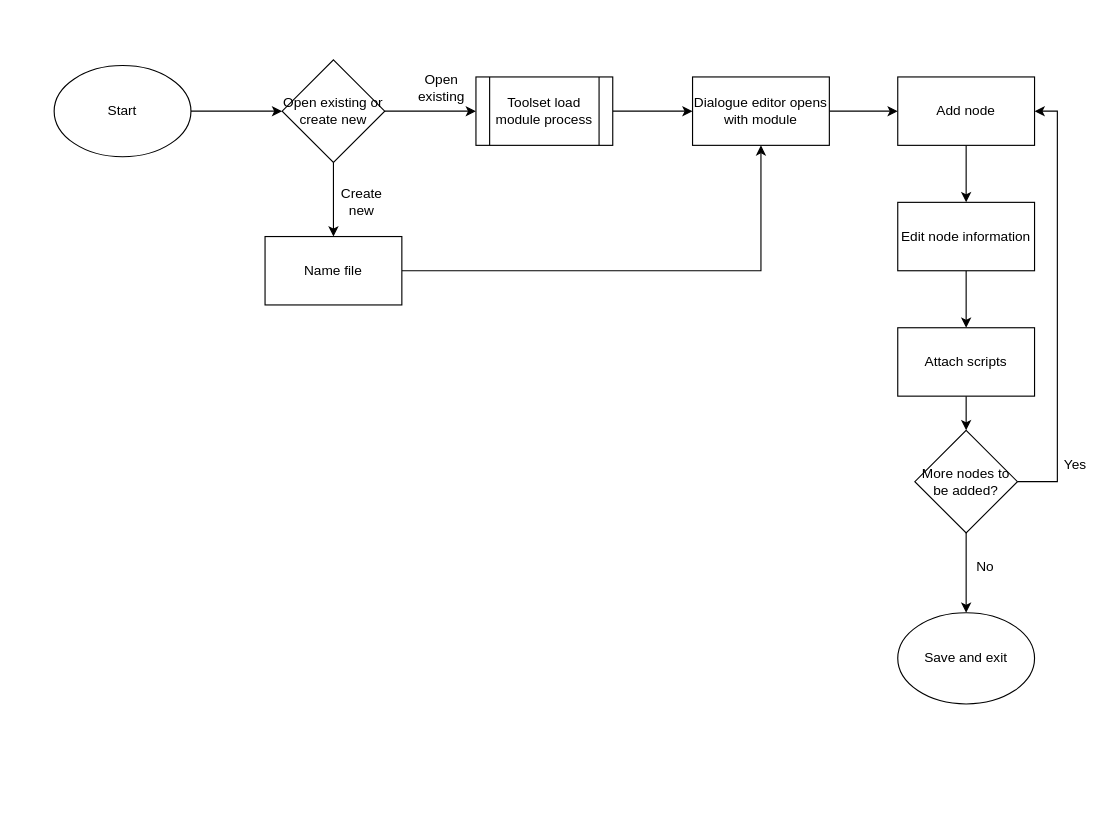
This is Phase2/Flowcharts/modgodToolset/Dialog/project_ilmatar_phase2_flowchart_dialogue_20210822.drawio from RPG-Research/bcirpg, a draw.io file, before an edit. Source tidied: cells renumbered, new cells numbered last; positions are measured from the earlier drawing's top-left corner, leaving out a move shared by most shapes. Both pictures are drawn from the tidied source at 114%, with x=0, y=0 at pixel (54, 59).
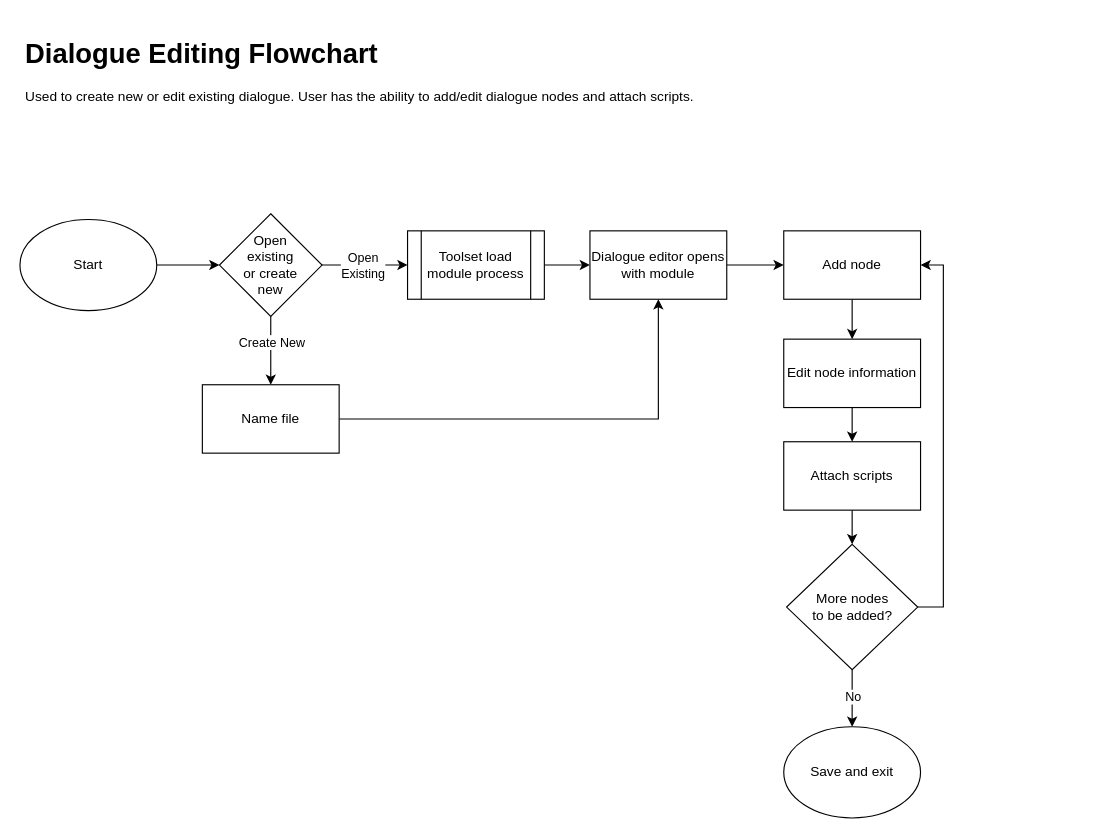
After the change.

The change refers to these unchanged cells:
```xml
<mxCell id="4" style="edgeStyle=orthogonalEdgeStyle;rounded=0;jettySize=auto;html=1;" parent="1" edge="1" source="6" target="8">
  <mxGeometry relative="1" as="geometry" />
</mxCell>
<mxCell id="5" style="edgeStyle=orthogonalEdgeStyle;rounded=0;jettySize=auto;html=1;" parent="1" edge="1" source="6" target="12">
  <mxGeometry relative="1" as="geometry" />
</mxCell>
```

Diff of the diagram source:
```diff
@@
     <mxCell id="3" value="Start" style="ellipse;whiteSpace=wrap;html=1;" parent="1" vertex="1">
-      <mxGeometry y="5" width="120" height="80" as="geometry" />
+      <mxGeometry x="-30" y="140" width="120" height="80" as="geometry" />
     </mxCell>
@@
+    <mxCell id="27" value="Create New" style="edgeLabel;html=1;align=center;verticalAlign=middle;" parent="4" vertex="1">
+      <mxGeometry x="0.27" relative="1" as="geometry">
+        <mxPoint y="-16" as="offset" />
+      </mxGeometry>
+    </mxCell>
@@
+    <mxCell id="28" value="Open&lt;br&gt;Existing" style="edgeLabel;html=1;align=center;verticalAlign=middle;" parent="5" vertex="1">
+      <mxGeometry x="-0.23" relative="1" as="geometry">
+        <mxPoint x="6" as="offset" />
+      </mxGeometry>
+    </mxCell>
-    <mxCell id="6" value="Open existing or create new" style="rhombus;whiteSpace=wrap;html=1;" parent="1" vertex="1">
-      <mxGeometry x="200" width="90" height="90" as="geometry" />
+    <mxCell id="6" value="Open&lt;br&gt;existing&lt;br&gt;or create&lt;br&gt;new" style="rhombus;whiteSpace=wrap;html=1;" parent="1" vertex="1">
+      <mxGeometry x="145" y="135" width="90" height="90" as="geometry" />
     </mxCell>
@@
     <mxCell id="8" value="Name file" style="rounded=0;whiteSpace=wrap;html=1;" parent="1" vertex="1">
-      <mxGeometry x="185" y="155" width="120" height="60" as="geometry" />
+      <mxGeometry x="130" y="285" width="120" height="60" as="geometry" />
     </mxCell>
-    <mxCell id="9" value="Open existing" style="text;html=1;strokeColor=none;fillColor=none;align=center;verticalAlign=middle;whiteSpace=wrap;rounded=0;" parent="1" vertex="1">
-      <mxGeometry x="320" y="15" width="40" height="20" as="geometry" />
-    </mxCell>
-    <mxCell id="10" value="Create new" style="text;html=1;strokeColor=none;fillColor=none;align=center;verticalAlign=middle;whiteSpace=wrap;rounded=0;" parent="1" vertex="1">
-      <mxGeometry x="250" y="115" width="40" height="20" as="geometry" />
-    </mxCell>
@@
     <mxCell id="12" value="Toolset load module process" style="shape=process;whiteSpace=wrap;html=1;backgroundOutline=1;" parent="1" vertex="1">
-      <mxGeometry x="370" y="15" width="120" height="60" as="geometry" />
+      <mxGeometry x="310" y="150" width="120" height="60" as="geometry" />
     </mxCell>
@@
     <mxCell id="14" value="Dialogue editor opens with module" style="rounded=0;whiteSpace=wrap;html=1;" parent="1" vertex="1">
-      <mxGeometry x="560" y="15" width="120" height="60" as="geometry" />
+      <mxGeometry x="470" y="150" width="120" height="60" as="geometry" />
     </mxCell>
@@
     <mxCell id="16" value="Add node" style="rounded=0;whiteSpace=wrap;html=1;" parent="1" vertex="1">
-      <mxGeometry x="740" y="15" width="120" height="60" as="geometry" />
+      <mxGeometry x="640" y="150" width="120" height="60" as="geometry" />
     </mxCell>
@@
     <mxCell id="18" value="Edit node information" style="rounded=0;whiteSpace=wrap;html=1;" parent="1" vertex="1">
-      <mxGeometry x="740" y="125" width="120" height="60" as="geometry" />
+      <mxGeometry x="640" y="245" width="120" height="60" as="geometry" />
     </mxCell>
@@
     <mxCell id="20" value="Attach scripts" style="rounded=0;whiteSpace=wrap;html=1;" parent="1" vertex="1">
-      <mxGeometry x="740" y="235" width="120" height="60" as="geometry" />
+      <mxGeometry x="640" y="335" width="120" height="60" as="geometry" />
     </mxCell>
+    <mxCell id="22" style="edgeStyle=orthogonalEdgeStyle;rounded=0;jettySize=auto;html=1;" parent="1" edge="1" source="23" target="26">
+      <mxGeometry relative="1" as="geometry" />
+    </mxCell>
+    <mxCell id="25" value="No" style="edgeLabel;html=1;align=center;verticalAlign=middle;" parent="22" vertex="1">
+      <mxGeometry x="0.25" relative="1" as="geometry">
+        <mxPoint y="-8" as="offset" />
+      </mxGeometry>
+    </mxCell>
-    <mxCell id="21" style="edgeStyle=orthogonalEdgeStyle;rounded=0;jettySize=auto;html=1;entryX=1;entryY=0.5;entryDx=0;entryDy=0;" parent="1" edge="1" source="23" target="16">
+    <mxCell id="21" style="edgeStyle=orthogonalEdgeStyle;rounded=0;jettySize=auto;html=1;entryX=1;entryY=0.5;entryDx=0;entryDy=0;exitX=1;exitY=0.5;exitDx=0;exitDy=0;" parent="1" edge="1" source="23" target="16">
       <mxGeometry relative="1" as="geometry">
         <Array as="points">
-          <mxPoint x="880" y="370" />
-          <mxPoint x="880" y="45" />
+          <mxPoint x="780" y="480" />
+          <mxPoint x="780" y="180" />
         </Array>
       </mxGeometry>
     </mxCell>
-    <mxCell id="22" style="edgeStyle=orthogonalEdgeStyle;rounded=0;jettySize=auto;html=1;" parent="1" edge="1" source="23" target="26">
-      <mxGeometry relative="1" as="geometry" />
-    </mxCell>
-    <mxCell id="23" value="More nodes to be added?" style="rhombus;whiteSpace=wrap;html=1;" parent="1" vertex="1">
-      <mxGeometry x="755" y="325" width="90" height="90" as="geometry" />
+    <mxCell id="23" value="More nodes &lt;br&gt;to be added?" style="rhombus;whiteSpace=wrap;html=1;" parent="1" vertex="1">
+      <mxGeometry x="642.5" y="425" width="115" height="110" as="geometry" />
     </mxCell>
-    <mxCell id="24" value="Yes" style="text;html=1;strokeColor=none;fillColor=none;align=center;verticalAlign=middle;whiteSpace=wrap;rounded=0;" parent="1" vertex="1">
-      <mxGeometry x="876" y="345" width="40" height="20" as="geometry" />
-    </mxCell>
-    <mxCell id="25" value="No" style="text;html=1;strokeColor=none;fillColor=none;align=center;verticalAlign=middle;whiteSpace=wrap;rounded=0;" parent="1" vertex="1">
-      <mxGeometry x="797" y="435" width="40" height="20" as="geometry" />
-    </mxCell>
     <mxCell id="26" value="Save and exit" style="ellipse;whiteSpace=wrap;html=1;" parent="1" vertex="1">
-      <mxGeometry x="740" y="485" width="120" height="80" as="geometry" />
+      <mxGeometry x="640" y="585" width="120" height="80" as="geometry" />
     </mxCell>
+    <mxCell id="29" value="&lt;h1&gt;Dialogue Editing Flowchart&lt;/h1&gt;&lt;p&gt;Used to create new or edit existing dialogue. User has the ability to add/edit dialogue nodes and attach scripts.&lt;/p&gt;" style="text;html=1;strokeColor=none;fillColor=none;spacing=5;spacingTop=-20;whiteSpace=wrap;overflow=hidden;rounded=0;" parent="1" vertex="1">
+      <mxGeometry x="-30" y="-25" width="830" height="120" as="geometry" />
+    </mxCell>
```
